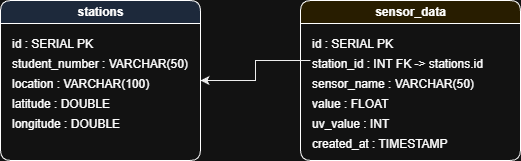
This is backend/postgres_db_schema.png from TigoG/centralServer, a draw.io export, as it was before one commit. Source tidied: cells renumbered, new cells last; positions are measured from the earlier drawing's top-left corner, leaving out a move shared by most shapes.
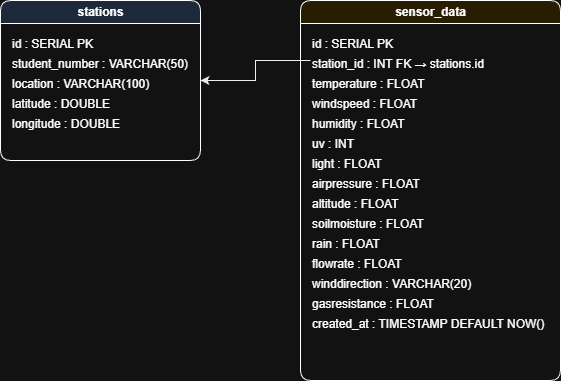
After the change.

Commit message:
updated schema of database

Diff of the diagram source:
```diff
@@ -21,28 +21,55 @@
       <mxGeometry x="10" y="110" width="180" height="20" as="geometry" />
     </mxCell>
     <mxCell id="8" value="sensor_data" style="swimlane;html=1;fillColor=#fff2cc;rounded=1;" parent="1" vertex="1">
-      <mxGeometry x="300" width="220" height="160" as="geometry" />
+      <mxGeometry x="300" width="260" height="380" as="geometry" />
     </mxCell>
     <mxCell id="9" value="id : SERIAL PK" style="text;html=1;strokeColor=none;fillColor=none;align=left;" parent="8" vertex="1">
-      <mxGeometry x="10" y="30" width="200" height="20" as="geometry" />
+      <mxGeometry x="10" y="30" width="240" height="20" as="geometry" />
     </mxCell>
-    <mxCell id="10" value="station_id : INT FK -&gt; stations.id" style="text;html=1;strokeColor=none;fillColor=none;align=left;" parent="8" vertex="1">
-      <mxGeometry x="10" y="50" width="200" height="20" as="geometry" />
+    <mxCell id="10" value="station_id : INT FK → stations.id" style="text;html=1;strokeColor=none;fillColor=none;align=left;" parent="8" vertex="1">
+      <mxGeometry x="10" y="50" width="240" height="20" as="geometry" />
     </mxCell>
-    <mxCell id="11" value="sensor_name : VARCHAR(50)" style="text;html=1;strokeColor=none;fillColor=none;align=left;" parent="8" vertex="1">
-      <mxGeometry x="10" y="70" width="200" height="20" as="geometry" />
+    <mxCell id="11" value="temperature : FLOAT" style="text;html=1;strokeColor=none;fillColor=none;align=left;" parent="8" vertex="1">
+      <mxGeometry x="10" y="70" width="240" height="20" as="geometry" />
     </mxCell>
-    <mxCell id="12" value="value : FLOAT" style="text;html=1;strokeColor=none;fillColor=none;align=left;" parent="8" vertex="1">
-      <mxGeometry x="10" y="90" width="200" height="20" as="geometry" />
+    <mxCell id="12" value="windspeed : FLOAT" style="text;html=1;strokeColor=none;fillColor=none;align=left;" parent="8" vertex="1">
+      <mxGeometry x="10" y="90" width="240" height="20" as="geometry" />
     </mxCell>
-    <mxCell id="13" value="uv_value : INT" style="text;html=1;strokeColor=none;fillColor=none;align=left;" parent="8" vertex="1">
-      <mxGeometry x="10" y="110" width="200" height="20" as="geometry" />
+    <mxCell id="13" value="humidity : FLOAT" style="text;html=1;strokeColor=none;fillColor=none;align=left;" parent="8" vertex="1">
+      <mxGeometry x="10" y="110" width="240" height="20" as="geometry" />
     </mxCell>
-    <mxCell id="14" value="created_at : TIMESTAMP" style="text;html=1;strokeColor=none;fillColor=none;align=left;" parent="8" vertex="1">
-      <mxGeometry x="10" y="130" width="200" height="20" as="geometry" />
+    <mxCell id="14" value="uv : INT" style="text;html=1;strokeColor=none;fillColor=none;align=left;" parent="8" vertex="1">
+      <mxGeometry x="10" y="130" width="240" height="20" as="geometry" />
     </mxCell>
-    <mxCell id="15" style="edgeStyle=orthogonalEdgeStyle;rounded=0;html=1;strokeColor=#000000;" parent="1" edge="1" source="10" target="2">
-      <mxGeometry relative="1" as="geometry" />
+    <mxCell id="15" value="light : FLOAT" style="text;html=1;strokeColor=none;fillColor=none;align=left;" parent="8" vertex="1">
+      <mxGeometry x="10" y="150" width="240" height="20" as="geometry" />
     </mxCell>
+    <mxCell id="16" value="airpressure : FLOAT" style="text;html=1;strokeColor=none;fillColor=none;align=left;" parent="8" vertex="1">
+      <mxGeometry x="10" y="170" width="240" height="20" as="geometry" />
+    </mxCell>
+    <mxCell id="17" value="altitude : FLOAT" style="text;html=1;strokeColor=none;fillColor=none;align=left;" parent="8" vertex="1">
+      <mxGeometry x="10" y="190" width="240" height="20" as="geometry" />
+    </mxCell>
+    <mxCell id="18" value="soilmoisture : FLOAT" style="text;html=1;strokeColor=none;fillColor=none;align=left;" parent="8" vertex="1">
+      <mxGeometry x="10" y="210" width="240" height="20" as="geometry" />
+    </mxCell>
+    <mxCell id="19" value="rain : FLOAT" style="text;html=1;strokeColor=none;fillColor=none;align=left;" parent="8" vertex="1">
+      <mxGeometry x="10" y="230" width="240" height="20" as="geometry" />
+    </mxCell>
+    <mxCell id="20" value="flowrate : FLOAT" style="text;html=1;strokeColor=none;fillColor=none;align=left;" parent="8" vertex="1">
+      <mxGeometry x="10" y="250" width="240" height="20" as="geometry" />
+    </mxCell>
+    <mxCell id="21" value="winddirection : VARCHAR(20)" style="text;html=1;strokeColor=none;fillColor=none;align=left;" parent="8" vertex="1">
+      <mxGeometry x="10" y="270" width="240" height="20" as="geometry" />
+    </mxCell>
+    <mxCell id="22" value="gasresistance : FLOAT" style="text;html=1;strokeColor=none;fillColor=none;align=left;" parent="8" vertex="1">
+      <mxGeometry x="10" y="290" width="240" height="20" as="geometry" />
+    </mxCell>
+    <mxCell id="23" value="created_at : TIMESTAMP DEFAULT NOW()" style="text;html=1;strokeColor=none;fillColor=none;align=left;" parent="8" vertex="1">
+      <mxGeometry x="10" y="310" width="240" height="20" as="geometry" />
+    </mxCell>
+    <mxCell id="24" style="edgeStyle=orthogonalEdgeStyle;rounded=0;html=1;strokeColor=#000000;" parent="1" edge="1" source="10" target="2">
+      <mxGeometry relative="1" as="geometry" />
+    </mxCell>
   </root>
 </mxGraphModel>
```
